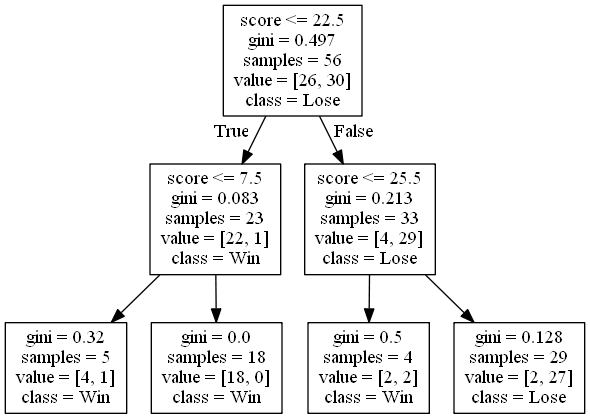
Above: DecisionTrees/decision_tree_with_score0.png in alexana-steck/CSE482Project (Graphviz), before the change. Its source is kept beside it as DecisionTrees/decision_tree_with_score0.dot.
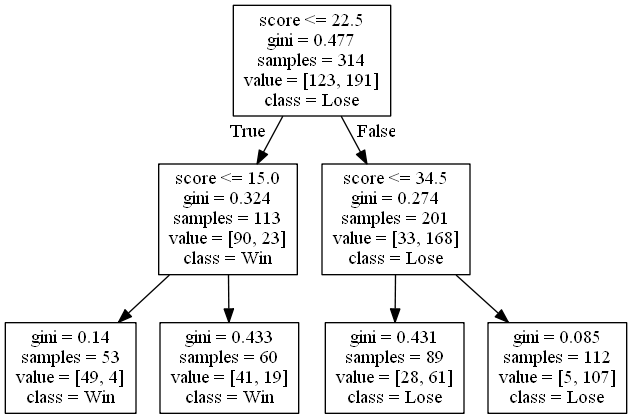
After the commit.

What changed in the source:
```diff
@@ -1,16 +1,16 @@
 digraph Tree {
 node [shape=box] ;
-0 [label="score <= 22.5\ngini = 0.497\nsamples = 56\nvalue = [26, 30]\nclass = Lose"] ;
-1 [label="score <= 7.5\ngini = 0.083\nsamples = 23\nvalue = [22, 1]\nclass = Win"] ;
+0 [label="score <= 22.5\ngini = 0.477\nsamples = 314\nvalue = [123, 191]\nclass = Lose"] ;
+1 [label="score <= 15.0\ngini = 0.324\nsamples = 113\nvalue = [90, 23]\nclass = Win"] ;
 0 -> 1 [labeldistance=2.5, labelangle=45, headlabel="True"] ;
-2 [label="gini = 0.32\nsamples = 5\nvalue = [4, 1]\nclass = Win"] ;
+2 [label="gini = 0.14\nsamples = 53\nvalue = [49, 4]\nclass = Win"] ;
 1 -> 2 ;
-3 [label="gini = 0.0\nsamples = 18\nvalue = [18, 0]\nclass = Win"] ;
+3 [label="gini = 0.433\nsamples = 60\nvalue = [41, 19]\nclass = Win"] ;
 1 -> 3 ;
-4 [label="score <= 25.5\ngini = 0.213\nsamples = 33\nvalue = [4, 29]\nclass = Lose"] ;
+4 [label="score <= 34.5\ngini = 0.274\nsamples = 201\nvalue = [33, 168]\nclass = Lose"] ;
 0 -> 4 [labeldistance=2.5, labelangle=-45, headlabel="False"] ;
-5 [label="gini = 0.5\nsamples = 4\nvalue = [2, 2]\nclass = Win"] ;
+5 [label="gini = 0.431\nsamples = 89\nvalue = [28, 61]\nclass = Lose"] ;
 4 -> 5 ;
-6 [label="gini = 0.128\nsamples = 29\nvalue = [2, 27]\nclass = Lose"] ;
+6 [label="gini = 0.085\nsamples = 112\nvalue = [5, 107]\nclass = Lose"] ;
 4 -> 6 ;
 }
```
